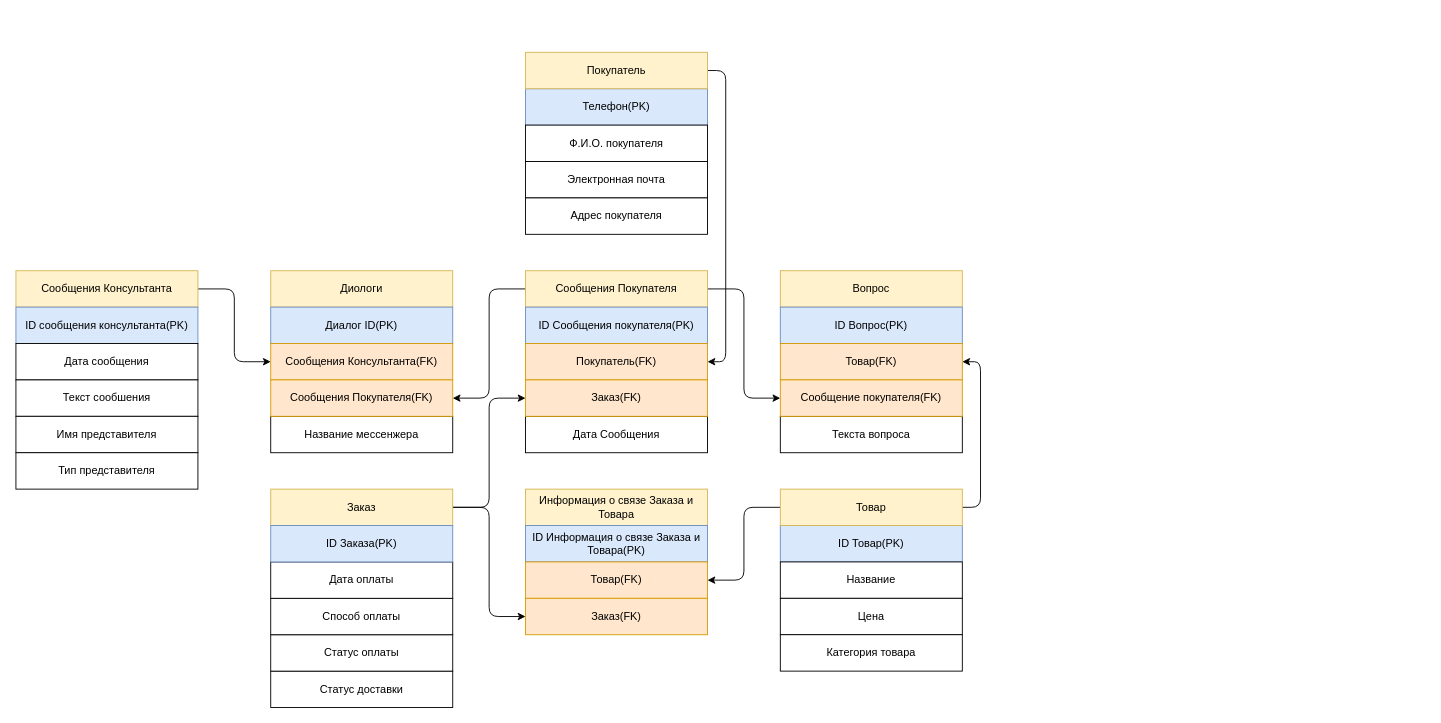
Before: page "Логическая модель" (1 of 3) of Untitled Diagram.drawio in HegelPro/db-diagram, a draw.io diagram. Source tidied: cells renumbered, new cells numbered last; positions are measured from the earlier drawing's top-left corner, leaving out a move shared by most shapes. Both pictures are drawn from the tidied source at 91%, with x=0, y=0 at pixel (15, 52).
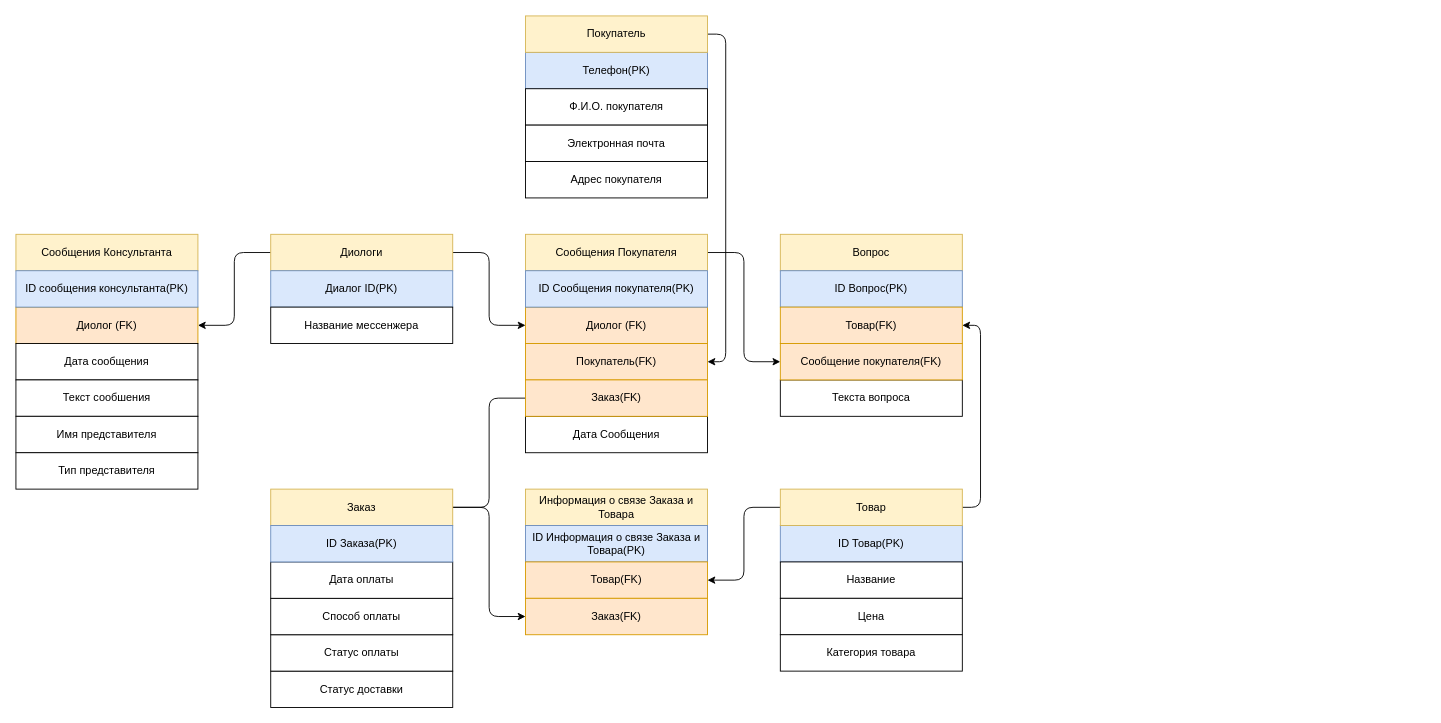
The same diagram, later.

Unchanged cells that the change refers to:
```xml
<mxCell id="46" value="Заказ" style="rounded=0;whiteSpace=wrap;html=1;sketch=0;fillColor=#fff2cc;strokeColor=#d6b656;" parent="1" vertex="1">
  <mxGeometry x="280" y="480" width="200" height="40" as="geometry" />
</mxCell>
<mxCell id="49" value="Заказ(FK)" style="rounded=0;whiteSpace=wrap;html=1;sketch=0;fillColor=#ffe6cc;strokeColor=#d79b00;" parent="1" vertex="1">
  <mxGeometry x="560" y="360" width="200" height="40" as="geometry" />
</mxCell>
```

Diff of the diagram source:
```diff
@@
     <mxCell id="2" style="edgeStyle=none;rounded=0;orthogonalLoop=1;jettySize=auto;html=1;exitX=0;exitY=0.25;exitDx=0;exitDy=0;" parent="1" edge="1">
       <mxGeometry relative="1" as="geometry">
-        <mxPoint x="1540" y="380" as="sourcePoint" />
-        <mxPoint x="1540" y="380" as="targetPoint" />
+        <mxPoint x="1140" y="160" as="sourcePoint" />
+        <mxPoint x="1140" y="160" as="targetPoint" />
       </mxGeometry>
     </mxCell>
+    <mxCell id="54" style="edgeStyle=orthogonalEdgeStyle;rounded=1;jettySize=auto;html=1;exitX=1;exitY=0.5;exitDx=0;exitDy=0;entryX=0;entryY=0.5;entryDx=0;entryDy=0;startArrow=none;startFill=0;endArrow=classic;endFill=1;" parent="1" edge="1" source="3" target="7">
+      <mxGeometry relative="1" as="geometry" />
+    </mxCell>
+    <mxCell id="55" style="edgeStyle=orthogonalEdgeStyle;rounded=1;jettySize=auto;html=1;exitX=0;exitY=0.5;exitDx=0;exitDy=0;entryX=1;entryY=0.5;entryDx=0;entryDy=0;startArrow=none;startFill=0;endArrow=classic;endFill=1;" parent="1" edge="1" source="3" target="6">
+      <mxGeometry relative="1" as="geometry" />
+    </mxCell>
     <mxCell id="3" value="Диологи" style="rounded=0;whiteSpace=wrap;html=1;fillColor=#fff2cc;strokeColor=#d6b656;" parent="1" vertex="1">
-      <mxGeometry x="280" y="240" width="200" height="40" as="geometry" />
+      <mxGeometry x="280" y="200" width="200" height="40" as="geometry" />
     </mxCell>
     <mxCell id="4" value="Диалог ID(PK)" style="rounded=0;whiteSpace=wrap;html=1;fillColor=#dae8fc;strokeColor=#6c8ebf;" parent="1" vertex="1">
-      <mxGeometry x="280" y="280" width="200" height="40" as="geometry" />
+      <mxGeometry x="280" y="240" width="200" height="40" as="geometry" />
     </mxCell>
     <mxCell id="5" value="Название мессенжера" style="rounded=0;whiteSpace=wrap;html=1;" parent="1" vertex="1">
-      <mxGeometry x="280" y="400" width="200" height="40" as="geometry" />
+      <mxGeometry x="280" y="280" width="200" height="40" as="geometry" />
     </mxCell>
-    <mxCell id="6" value="Сообщения Консультанта(FK)" style="rounded=0;whiteSpace=wrap;html=1;fillColor=#ffe6cc;strokeColor=#d79b00;" parent="1" vertex="1">
-      <mxGeometry x="280" y="320" width="200" height="40" as="geometry" />
+    <mxCell id="6" value="Диолог (FK)" style="rounded=0;whiteSpace=wrap;html=1;fillColor=#ffe6cc;strokeColor=#d79b00;" parent="1" vertex="1">
+      <mxGeometry y="280" width="200" height="40" as="geometry" />
     </mxCell>
-    <mxCell id="7" value="Сообщения Покупателя(FK)" style="rounded=0;whiteSpace=wrap;html=1;fillColor=#ffe6cc;strokeColor=#d79b00;" parent="1" vertex="1">
-      <mxGeometry x="280" y="360" width="200" height="40" as="geometry" />
+    <mxCell id="7" value="Диолог (FK)" style="rounded=0;whiteSpace=wrap;html=1;fillColor=#ffe6cc;strokeColor=#d79b00;" parent="1" vertex="1">
+      <mxGeometry x="560" y="280" width="200" height="40" as="geometry" />
     </mxCell>
-    <mxCell id="8" style="edgeStyle=orthogonalEdgeStyle;curved=0;rounded=1;sketch=0;jettySize=auto;html=1;exitX=1;exitY=0.5;exitDx=0;exitDy=0;entryX=0;entryY=0.5;entryDx=0;entryDy=0;" parent="1" edge="1" source="9" target="6">
-      <mxGeometry relative="1" as="geometry" />
-    </mxCell>
     <mxCell id="9" value="Сообщения Консультанта" style="rounded=0;whiteSpace=wrap;html=1;fillColor=#fff2cc;strokeColor=#d6b656;" parent="1" vertex="1">
-      <mxGeometry y="240" width="200" height="40" as="geometry" />
+      <mxGeometry y="200" width="200" height="40" as="geometry" />
     </mxCell>
     <mxCell id="10" value="ID сообщения консультанта(PK)" style="rounded=0;whiteSpace=wrap;html=1;fillColor=#dae8fc;strokeColor=#6c8ebf;" parent="1" vertex="1">
-      <mxGeometry y="280" width="200" height="40" as="geometry" />
+      <mxGeometry y="240" width="200" height="40" as="geometry" />
     </mxCell>
@@
-    <mxCell id="15" style="edgeStyle=orthogonalEdgeStyle;curved=0;rounded=1;sketch=0;jettySize=auto;html=1;exitX=0;exitY=0.5;exitDx=0;exitDy=0;entryX=1;entryY=0.5;entryDx=0;entryDy=0;" parent="1" edge="1" source="17" target="7">
-      <mxGeometry relative="1" as="geometry" />
-    </mxCell>
@@
     <mxCell id="17" value="Сообщения Покупателя" style="rounded=0;whiteSpace=wrap;html=1;sketch=0;fillColor=#fff2cc;strokeColor=#d6b656;" parent="1" vertex="1">
-      <mxGeometry x="560" y="240" width="200" height="40" as="geometry" />
+      <mxGeometry x="560" y="200" width="200" height="40" as="geometry" />
     </mxCell>
@@
     <mxCell id="19" value="Текста вопроса" style="rounded=0;whiteSpace=wrap;html=1;sketch=0;" parent="1" vertex="1">
-      <mxGeometry x="840" y="400" width="200" height="40" as="geometry" />
+      <mxGeometry x="840" y="360" width="200" height="40" as="geometry" />
     </mxCell>
     <mxCell id="20" value="ID Сообщения покупателя(PK)" style="rounded=0;whiteSpace=wrap;html=1;sketch=0;fillColor=#dae8fc;strokeColor=#6c8ebf;" parent="1" vertex="1">
-      <mxGeometry x="560" y="280" width="200" height="40" as="geometry" />
+      <mxGeometry x="560" y="240" width="200" height="40" as="geometry" />
     </mxCell>
@@
     <mxCell id="33" value="Вопрос" style="rounded=0;whiteSpace=wrap;html=1;sketch=0;fillColor=#fff2cc;strokeColor=#d6b656;" parent="1" vertex="1">
-      <mxGeometry x="840" y="240" width="200" height="40" as="geometry" />
+      <mxGeometry x="840" y="200" width="200" height="40" as="geometry" />
     </mxCell>
     <mxCell id="34" value="&lt;span&gt;ID Вопрос(PK)&lt;/span&gt;" style="rounded=0;whiteSpace=wrap;html=1;sketch=0;fillColor=#dae8fc;strokeColor=#6c8ebf;" parent="1" vertex="1">
-      <mxGeometry x="840" y="280" width="200" height="40" as="geometry" />
+      <mxGeometry x="840" y="240" width="200" height="40" as="geometry" />
     </mxCell>
     <mxCell id="35" value="Товар(FK)" style="rounded=0;whiteSpace=wrap;html=1;sketch=0;fillColor=#ffe6cc;strokeColor=#d79b00;" parent="1" vertex="1">
-      <mxGeometry x="840" y="320" width="200" height="40" as="geometry" />
+      <mxGeometry x="840" y="280" width="200" height="40" as="geometry" />
     </mxCell>
     <mxCell id="36" value="Сообщение покупателя(FK)" style="rounded=0;whiteSpace=wrap;html=1;sketch=0;fillColor=#ffe6cc;strokeColor=#d79b00;" parent="1" vertex="1">
-      <mxGeometry x="840" y="360" width="200" height="40" as="geometry" />
+      <mxGeometry x="840" y="320" width="200" height="40" as="geometry" />
     </mxCell>
     <mxCell id="37" value="Телефон(PK)" style="rounded=0;whiteSpace=wrap;html=1;sketch=0;fillColor=#dae8fc;strokeColor=#6c8ebf;" parent="1" vertex="1">
-      <mxGeometry x="560" y="40" width="200" height="40" as="geometry" />
+      <mxGeometry x="560" width="200" height="40" as="geometry" />
     </mxCell>
     <mxCell id="38" value="Ф.И.О. покупателя" style="rounded=0;whiteSpace=wrap;html=1;sketch=0;" parent="1" vertex="1">
-      <mxGeometry x="560" y="80" width="200" height="40" as="geometry" />
+      <mxGeometry x="560" y="40" width="200" height="40" as="geometry" />
     </mxCell>
     <mxCell id="39" value="Электронная почта" style="rounded=0;whiteSpace=wrap;html=1;sketch=0;" parent="1" vertex="1">
-      <mxGeometry x="560" y="120" width="200" height="40" as="geometry" />
+      <mxGeometry x="560" y="80" width="200" height="40" as="geometry" />
     </mxCell>
     <mxCell id="40" value="Адрес покупателя" style="rounded=0;whiteSpace=wrap;html=1;sketch=0;" parent="1" vertex="1">
-      <mxGeometry x="560" y="160" width="200" height="40" as="geometry" />
+      <mxGeometry x="560" y="120" width="200" height="40" as="geometry" />
     </mxCell>
@@
     <mxCell id="42" value="Покупатель" style="rounded=0;whiteSpace=wrap;html=1;sketch=0;fillColor=#fff2cc;strokeColor=#d6b656;" parent="1" vertex="1">
-      <mxGeometry x="560" width="200" height="40" as="geometry" />
+      <mxGeometry x="560" y="-40" width="200" height="40" as="geometry" />
     </mxCell>
@@
-    <mxCell id="44" style="edgeStyle=orthogonalEdgeStyle;curved=0;rounded=1;sketch=0;jettySize=auto;html=1;exitX=1;exitY=0.5;exitDx=0;exitDy=0;entryX=0;entryY=0.5;entryDx=0;entryDy=0;endArrow=classic;endFill=1;" parent="1" edge="1" source="46" target="49">
+    <mxCell id="44" style="edgeStyle=orthogonalEdgeStyle;curved=0;rounded=1;sketch=0;jettySize=auto;html=1;exitX=1;exitY=0.5;exitDx=0;exitDy=0;entryX=0;entryY=0.5;entryDx=0;entryDy=0;endArrow=none;endFill=0;" parent="1" edge="1" source="46" target="49">
       <mxGeometry relative="1" as="geometry" />
     </mxCell>
```
